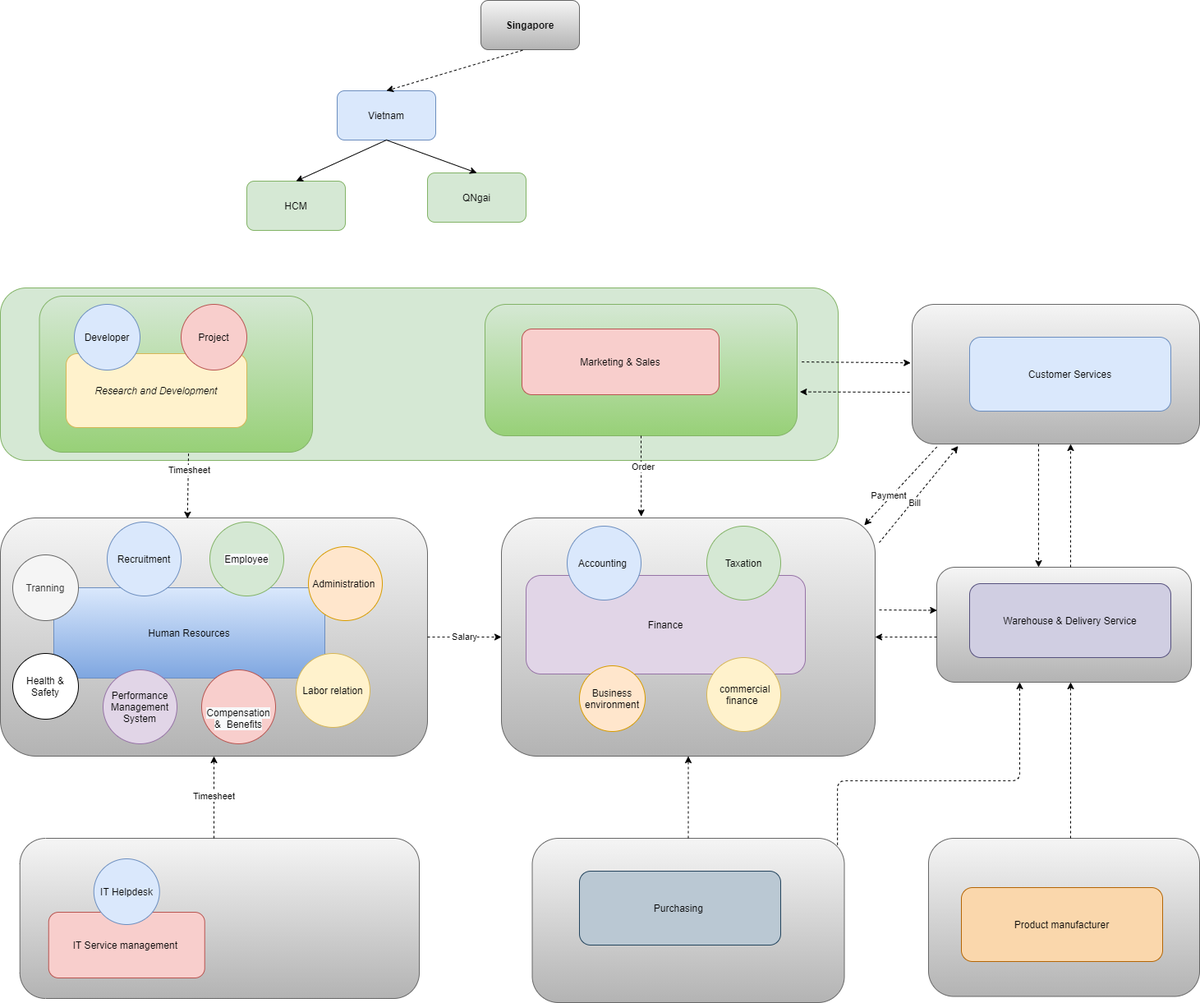
Earlier version of the draw.io export 03_staff/Department_Organizational_chart-Org_Chart.png (letrthong/business). Source tidied: cells renumbered, new cells last; positions are measured from the earlier drawing's top-left corner, leaving out a move shared by most shapes.
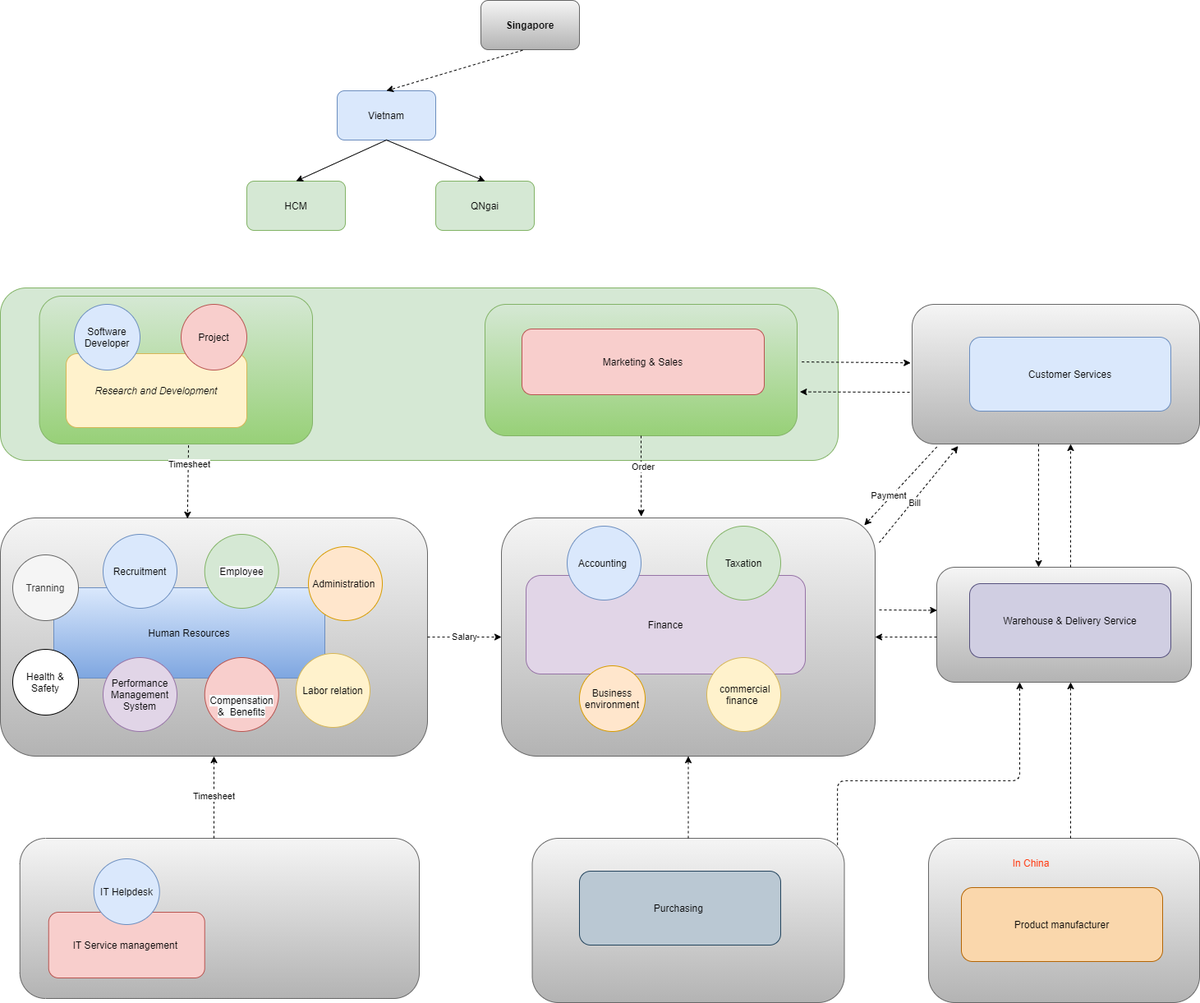
Later version of the same file.

Change to the diagram source:
```diff
@@ -6,7 +6,7 @@
       <mxGeometry y="350" width="1020" height="210" as="geometry" />
     </mxCell>
     <mxCell id="3" style="rounded=1;whiteSpace=wrap;html=1;gradientColor=#b3b3b3;fillColor=#f5f5f5;strokeColor=#666666;arcSize=16;" parent="1" vertex="1">
-      <mxGeometry x="1130" y="1020" width="330" height="192.5" as="geometry" />
+      <mxGeometry x="1130" y="1020" width="330" height="200" as="geometry" />
     </mxCell>
     <mxCell id="4" style="rounded=1;whiteSpace=wrap;html=1;gradientColor=#b3b3b3;fillColor=#f5f5f5;strokeColor=#666666;arcSize=16;" parent="1" vertex="1">
       <mxGeometry x="647.5" y="1020" width="380" height="200" as="geometry" />
@@ -24,7 +24,7 @@
       <mxGeometry x="590" y="370" width="380" height="160" as="geometry" />
     </mxCell>
     <mxCell id="9" style="rounded=1;whiteSpace=wrap;html=1;gradientColor=#97d077;fillColor=#d5e8d4;strokeColor=#82b366;" parent="1" vertex="1">
-      <mxGeometry x="47.5" y="360" width="332.5" height="190" as="geometry" />
+      <mxGeometry x="47.5" y="360" width="332.5" height="180" as="geometry" />
     </mxCell>
     <mxCell id="10" style="rounded=1;whiteSpace=wrap;html=1;gradientColor=#b3b3b3;fillColor=#f5f5f5;strokeColor=#666666;" parent="1" vertex="1">
       <mxGeometry x="610" y="630" width="455" height="290" as="geometry" />
@@ -36,7 +36,7 @@
       <mxGeometry x="410" y="110" width="120" height="60" as="geometry" />
     </mxCell>
     <mxCell id="13" value="QNgai" style="rounded=1;whiteSpace=wrap;html=1;fillColor=#d5e8d4;strokeColor=#82b366;" parent="1" vertex="1">
-      <mxGeometry x="520" y="210" width="120" height="60" as="geometry" />
+      <mxGeometry x="530" y="220" width="120" height="60" as="geometry" />
     </mxCell>
     <mxCell id="14" value="HCM" style="rounded=1;whiteSpace=wrap;html=1;fillColor=#d5e8d4;strokeColor=#82b366;" parent="1" vertex="1">
       <mxGeometry x="300" y="220" width="120" height="60" as="geometry" />
@@ -60,22 +60,22 @@
       <mxGeometry relative="1" as="geometry" />
     </mxCell>
     <mxCell id="21" value="Marketing &amp;amp; Sales" style="rounded=1;whiteSpace=wrap;html=1;fillColor=#f8cecc;strokeColor=#b85450;" parent="1" vertex="1">
-      <mxGeometry x="635" y="400" width="240" height="80" as="geometry" />
+      <mxGeometry x="635" y="400" width="295" height="80" as="geometry" />
     </mxCell>
     <mxCell id="22" value="&lt;span&gt;Tranning&lt;/span&gt;" style="ellipse;whiteSpace=wrap;html=1;fillColor=#f5f5f5;strokeColor=#666666;fontColor=#333333;" parent="1" vertex="1">
       <mxGeometry x="15" y="675" width="80" height="80" as="geometry" />
     </mxCell>
     <mxCell id="23" value="&lt;span&gt;Recruitment&lt;/span&gt;" style="ellipse;whiteSpace=wrap;html=1;fillColor=#dae8fc;strokeColor=#6c8ebf;" parent="1" vertex="1">
-      <mxGeometry x="130" y="635" width="90" height="90" as="geometry" />
+      <mxGeometry x="125" y="650" width="90" height="90" as="geometry" />
     </mxCell>
     <mxCell id="24" value="&#10;&#10;&lt;span style=&quot;color: rgb(0, 0, 0); font-family: helvetica; font-size: 12px; font-style: normal; font-weight: 400; letter-spacing: normal; text-align: center; text-indent: 0px; text-transform: none; word-spacing: 0px; background-color: rgb(248, 249, 250); display: inline; float: none;&quot;&gt;Employee&lt;/span&gt;&#10;&#10;" style="ellipse;whiteSpace=wrap;html=1;fillColor=#d5e8d4;strokeColor=#82b366;" parent="1" vertex="1">
-      <mxGeometry x="255" y="635" width="90" height="90" as="geometry" />
+      <mxGeometry x="248.8" y="650" width="90" height="90" as="geometry" />
     </mxCell>
     <mxCell id="25" value="Health &amp;amp; Safety" style="ellipse;whiteSpace=wrap;html=1;" parent="1" vertex="1">
-      <mxGeometry x="15" y="795" width="80" height="80" as="geometry" />
+      <mxGeometry x="15" y="790" width="80" height="80" as="geometry" />
     </mxCell>
     <mxCell id="26" value="Performance Management System" style="ellipse;whiteSpace=wrap;html=1;fillColor=#e1d5e7;strokeColor=#9673a6;" parent="1" vertex="1">
-      <mxGeometry x="125" y="815" width="90" height="90" as="geometry" />
+      <mxGeometry x="125" y="800" width="90" height="90" as="geometry" />
     </mxCell>
     <mxCell id="27" value="Labor relation" style="ellipse;whiteSpace=wrap;html=1;fillColor=#fff2cc;strokeColor=#d6b656;" parent="1" vertex="1">
       <mxGeometry x="360" y="795" width="90" height="90" as="geometry" />
@@ -84,7 +84,7 @@
       <mxGeometry x="375" y="665" width="90" height="90" as="geometry" />
     </mxCell>
     <mxCell id="29" value="&lt;br&gt;&lt;br&gt;&lt;span style=&quot;color: rgb(0 , 0 , 0) ; font-family: &amp;#34;helvetica&amp;#34; ; font-size: 12px ; font-style: normal ; font-weight: 400 ; letter-spacing: normal ; text-align: center ; text-indent: 0px ; text-transform: none ; word-spacing: 0px ; background-color: rgb(248 , 249 , 250) ; display: inline ; float: none&quot;&gt;Compensation &amp;amp;&amp;nbsp; Benefits&lt;/span&gt;" style="ellipse;whiteSpace=wrap;html=1;fillColor=#f8cecc;strokeColor=#b85450;" parent="1" vertex="1">
-      <mxGeometry x="245" y="815" width="90" height="90" as="geometry" />
+      <mxGeometry x="248.8" y="800" width="90" height="90" as="geometry" />
     </mxCell>
     <mxCell id="30" value="Accounting&amp;nbsp;" style="ellipse;whiteSpace=wrap;html=1;fillColor=#dae8fc;strokeColor=#6c8ebf;" parent="1" vertex="1">
       <mxGeometry x="690" y="640" width="90" height="90" as="geometry" />
@@ -98,7 +98,7 @@
     <mxCell id="33" value="Business environment" style="ellipse;whiteSpace=wrap;html=1;fillColor=#ffe6cc;strokeColor=#d79b00;" parent="1" vertex="1">
       <mxGeometry x="705" y="810" width="80" height="80" as="geometry" />
     </mxCell>
-    <mxCell id="34" value="&lt;span&gt;Developer&lt;/span&gt;" style="ellipse;whiteSpace=wrap;html=1;fillColor=#dae8fc;strokeColor=#6c8ebf;" parent="1" vertex="1">
+    <mxCell id="34" value="&lt;span&gt;Software Developer&lt;/span&gt;" style="ellipse;whiteSpace=wrap;html=1;fillColor=#dae8fc;strokeColor=#6c8ebf;" parent="1" vertex="1">
       <mxGeometry x="90" y="370" width="80" height="80" as="geometry" />
     </mxCell>
     <mxCell id="35" value="&lt;span&gt;IT&amp;nbsp;&lt;/span&gt;Helpdesk" style="ellipse;whiteSpace=wrap;html=1;fillColor=#dae8fc;strokeColor=#6c8ebf;" parent="1" vertex="1">
@@ -207,5 +207,8 @@
     <mxCell id="61" style="endArrow=classic;html=1;dashed=1;exitX=0.423;exitY=1.012;exitDx=0;exitDy=0;exitPerimeter=0;entryX=0.5;entryY=0;entryDx=0;entryDy=0;" parent="1" edge="1" source="60" target="12">
       <mxGeometry relative="1" as="geometry" />
     </mxCell>
+    <mxCell id="62" value="&lt;font color=&quot;#ff4019&quot;&gt;In China&lt;/font&gt;" style="text;html=1;strokeColor=none;fillColor=none;align=center;verticalAlign=middle;whiteSpace=wrap;rounded=0;" parent="1" vertex="1">
+      <mxGeometry x="1210" y="1040" width="90" height="20" as="geometry" />
+    </mxCell>
   </root>
 </mxGraphModel>
```
